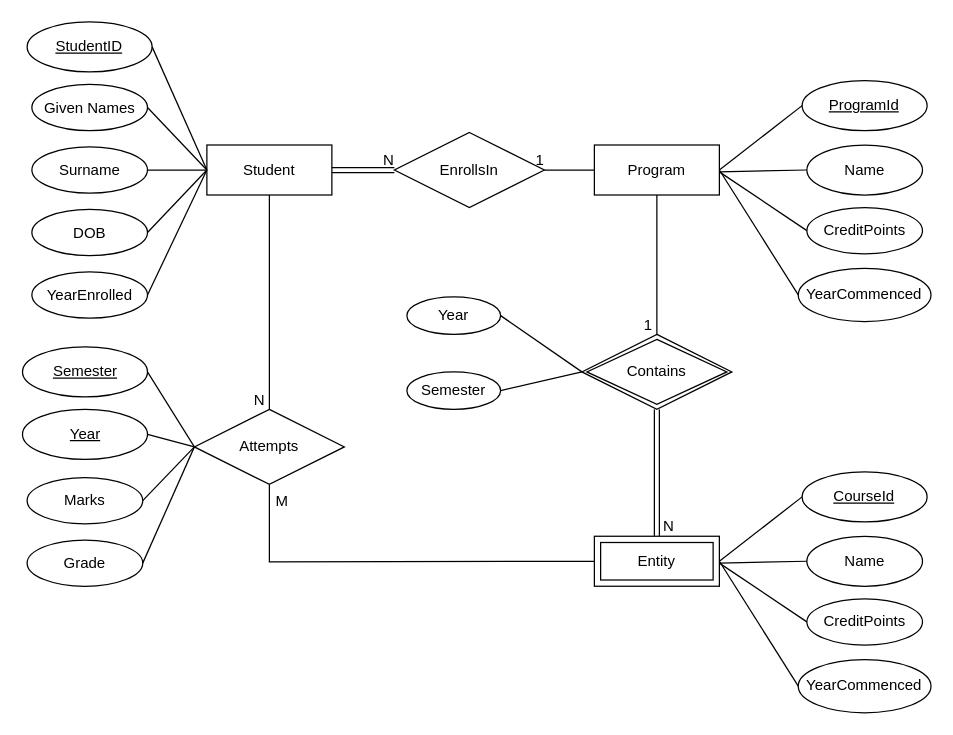
Above: Untitled Diagram.drawio in vinaycbaddi/GoodLuck-CodeAlong (draw.io), before the change. Source tidied: cells renumbered, new cells numbered last; positions are measured from the earlier drawing's top-left corner, leaving out a move shared by most shapes. Both pictures are drawn from the tidied source at 125%, with x=0, y=0 at pixel (21, 21).
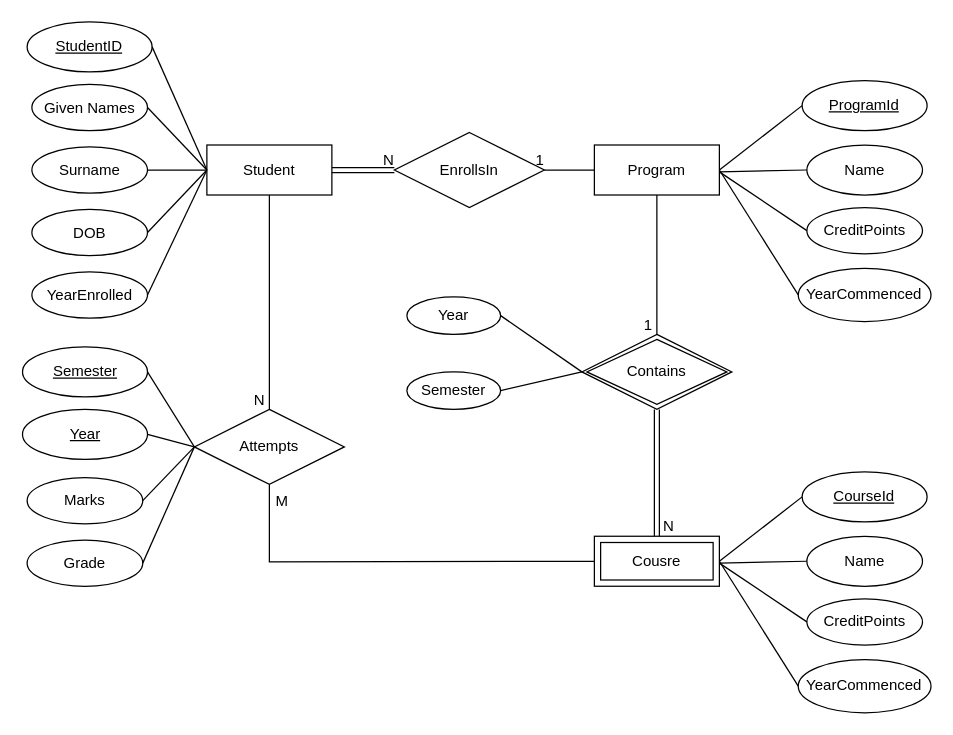
After the change.

Change to the diagram source:
```diff
@@
-    <mxCell id="43" value="Entity" style="shape=ext;margin=3;double=1;whiteSpace=wrap;html=1;align=center;" parent="1" vertex="1">
+    <mxCell id="43" value="Cousre" style="shape=ext;margin=3;double=1;whiteSpace=wrap;html=1;align=center;" parent="1" vertex="1">
       <mxGeometry x="458" y="411.5" width="100" height="40" as="geometry" />
     </mxCell>
```
